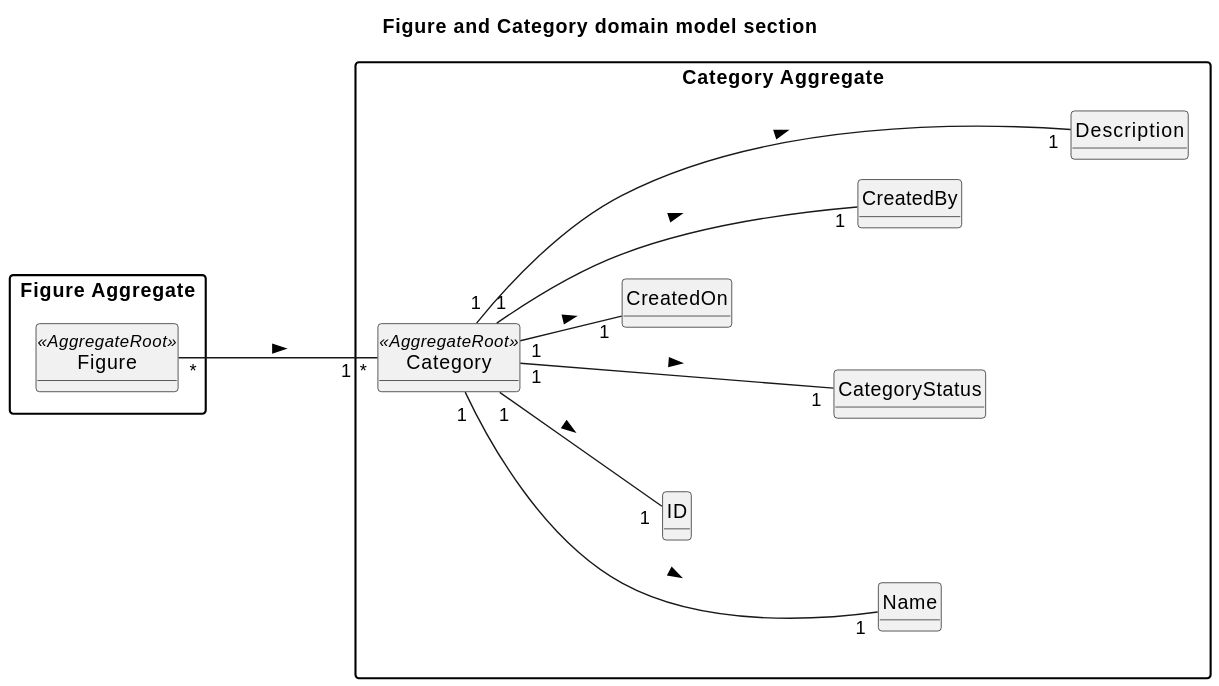
Before: docs/planning/sprint2/EAPLI/US245 - Add figure category/02.analysis/svg/us245-domain-model.svg, a diagram exported from PlantUML (SAEmanuel/Shodrone_ISEP).
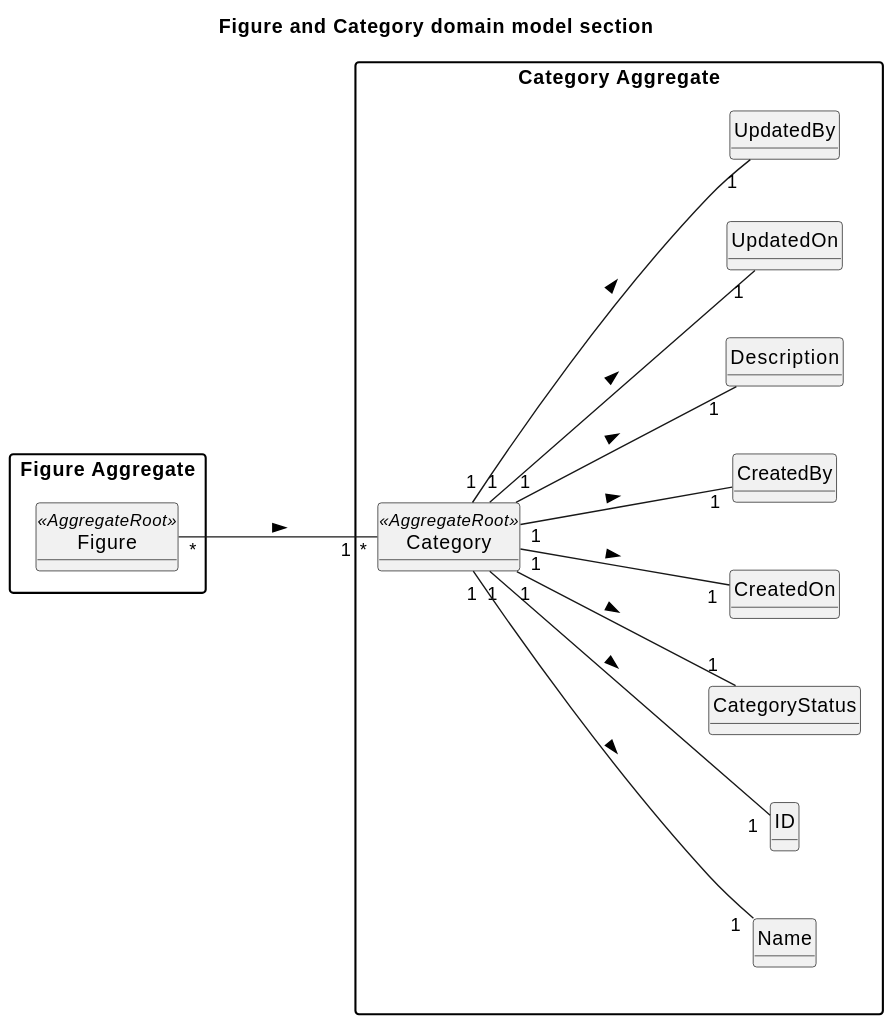
After the change.

The edit, as a diff of the source:
```diff
@@ -32,6 +32,12 @@
     class Description {
     }
 
+    class UpdatedOn {
+    }
+
+    class UpdatedBy {
+    }
+
 }
 
 package "Figure Aggregate" {
@@ -41,10 +47,12 @@
 
 
     Figure "*" --- "1 *" Category : >
-    Category "1" -- "1" ID: >
+    Category "1" --- "1" ID: >
     Category "1" --- "1" Name: >
     Category "1" --- "1" CategoryStatus: >
-    Category "1" -- "1" CreatedOn: >
+    Category "1" --- "1" CreatedOn: >
     Category "1" --- "1" CreatedBy: >
-    Category "1" ---- "1" Description: >
+    Category "1" --- "1" Description: >
+    Category "1" --- "1" UpdatedOn: >
+    Category "1" --- "1" UpdatedBy: >
 @enduml
```
